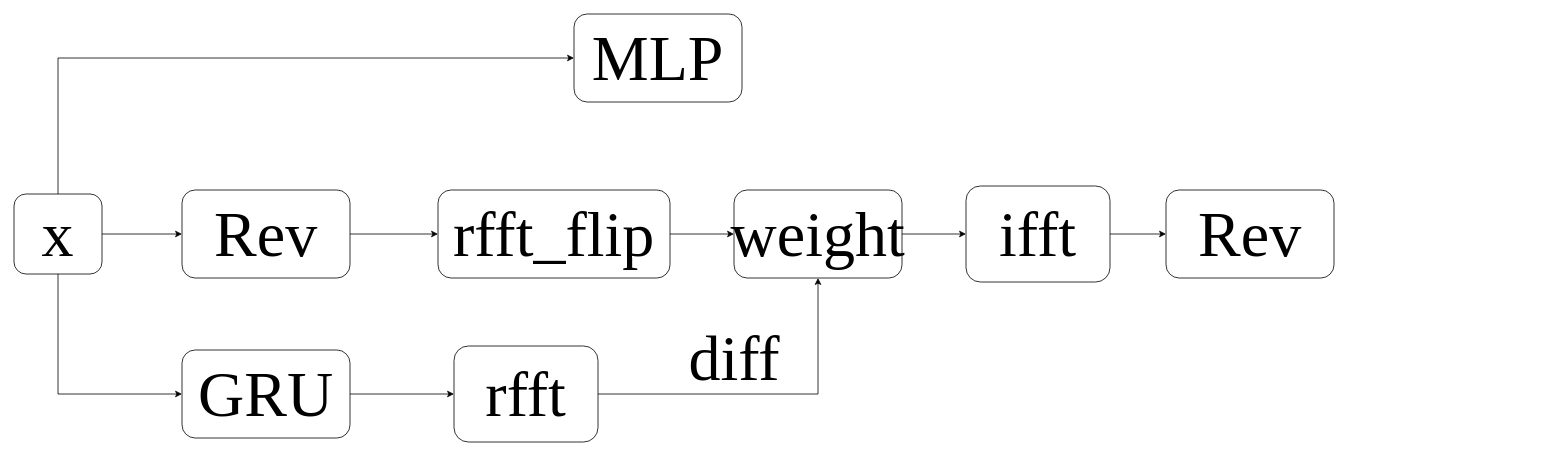
htired/git-demo keeps this draw.io diagram as 3.drawio. Above is the earlier version. Source tidied: cells renumbered, new cells numbered last; positions are measured from the earlier drawing's top-left corner, leaving out a move shared by most shapes. Both pictures are drawn from the tidied source at 80%, with x=0, y=0 at pixel (14, 14).
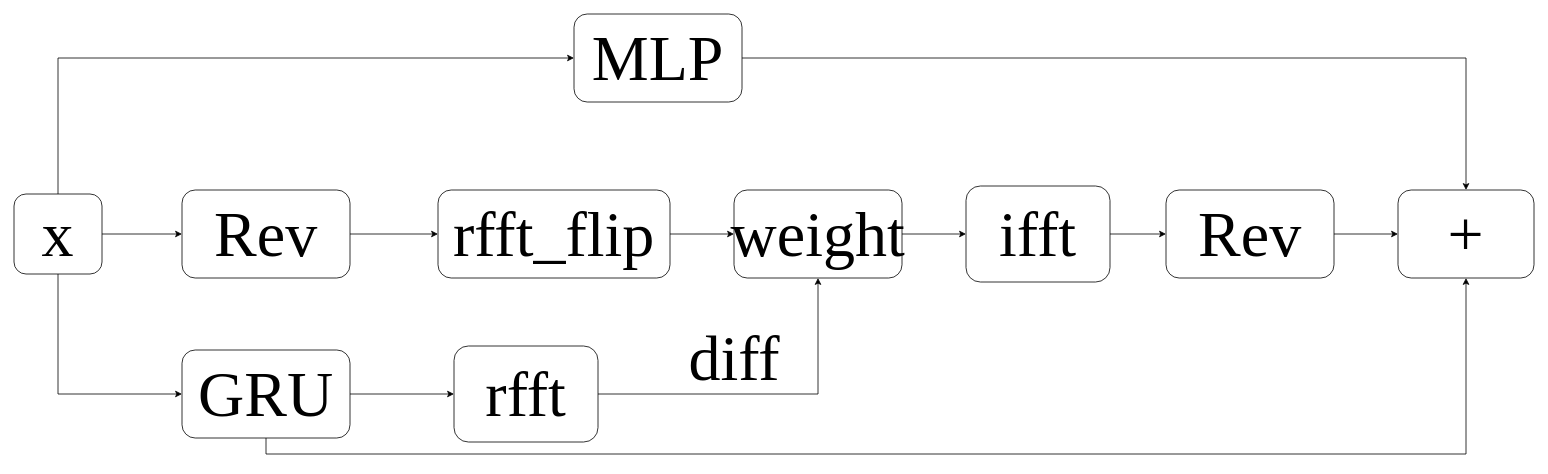
The same page after the edit.

The change refers to these unchanged cells:
```xml
<mxCell id="11" value="GRU" style="rounded=1;whiteSpace=wrap;html=1;fontFamily=Times New Roman;fontSize=80;" parent="1" vertex="1">
  <mxGeometry x="210" y="420" width="210" height="110" as="geometry" />
</mxCell>
<mxCell id="19" value="Rev" style="rounded=1;whiteSpace=wrap;html=1;fontFamily=Times New Roman;fontSize=80;" parent="1" vertex="1">
  <mxGeometry x="1440" y="220" width="210" height="110" as="geometry" />
</mxCell>
<mxCell id="20" value="MLP" style="rounded=1;whiteSpace=wrap;html=1;fontFamily=Times New Roman;fontSize=80;" parent="1" vertex="1">
  <mxGeometry x="700" width="210" height="110" as="geometry" />
</mxCell>
```

The edit, as a diff of the source:
```diff
@@
+    <mxCell id="21" style="edgeStyle=orthogonalEdgeStyle;rounded=0;jettySize=auto;html=1;exitX=0.5;exitY=1;exitDx=0;exitDy=0;entryX=0.5;entryY=1;entryDx=0;entryDy=0;" parent="1" edge="1" source="11" target="24">
+      <mxGeometry relative="1" as="geometry" />
+    </mxCell>
@@
+    <mxCell id="22" style="edgeStyle=orthogonalEdgeStyle;rounded=0;jettySize=auto;html=1;exitX=1;exitY=0.5;exitDx=0;exitDy=0;entryX=0;entryY=0.5;entryDx=0;entryDy=0;" parent="1" edge="1" source="19" target="24">
+      <mxGeometry relative="1" as="geometry" />
+    </mxCell>
@@
+    <mxCell id="23" style="edgeStyle=orthogonalEdgeStyle;rounded=0;jettySize=auto;html=1;exitX=1;exitY=0.5;exitDx=0;exitDy=0;entryX=0.5;entryY=0;entryDx=0;entryDy=0;" parent="1" edge="1" source="20" target="24">
+      <mxGeometry relative="1" as="geometry" />
+    </mxCell>
@@
+    <mxCell id="24" value="+" style="rounded=1;whiteSpace=wrap;html=1;fontFamily=Times New Roman;fontSize=80;" parent="1" vertex="1">
+      <mxGeometry x="1730" y="220" width="170" height="110" as="geometry" />
+    </mxCell>
```
